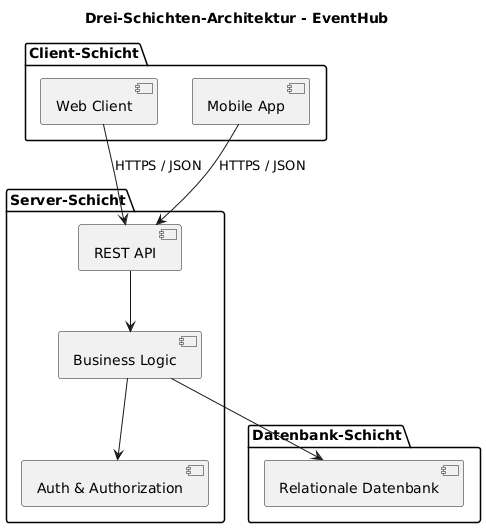
Earlier version of the PlantUML export Diagramme_png/Komponentendiagramm.png (Satuminus/SoftwaretechnikWS26).
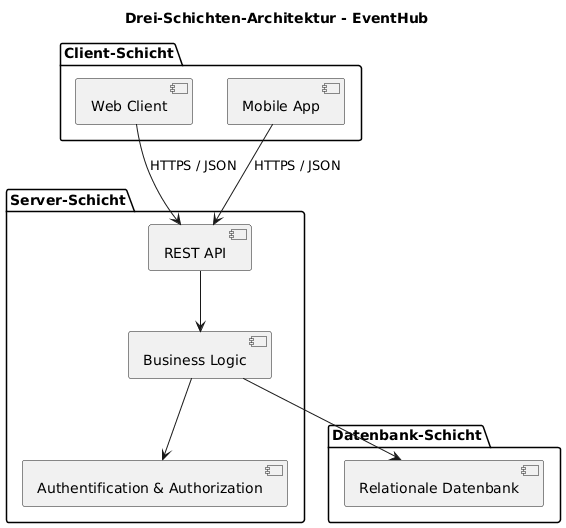
After the change.

The edit, as a diff of the source:
```diff
@@ -9,7 +9,7 @@
 package "Server-Schicht" {
   [REST API]
   [Business Logic]
-  [Auth & Authorization]
+  [Authentification & Authorization]
 }
 
 package "Datenbank-Schicht" {
@@ -20,7 +20,7 @@
 [Mobile App] --> [REST API] : HTTPS / JSON
 
 [REST API] --> [Business Logic]
-[Business Logic] --> [Auth & Authorization]
+[Business Logic] --> [Authentification & Authorization]
 
 [Business Logic] --> [Relationale Datenbank]
 @enduml
```
